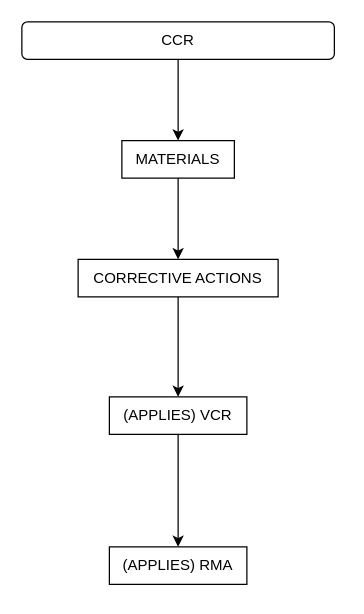
Above: Untitled Diagram.drawio in DEVTITAN13/DEVTITAN13 (draw.io), before the change. Source tidied: cells renumbered, new cells numbered last; positions are measured from the earlier drawing's top-left corner, leaving out a move shared by most shapes. Both pictures are drawn from the tidied source at 125%, with x=0, y=0 at pixel (21, 21).
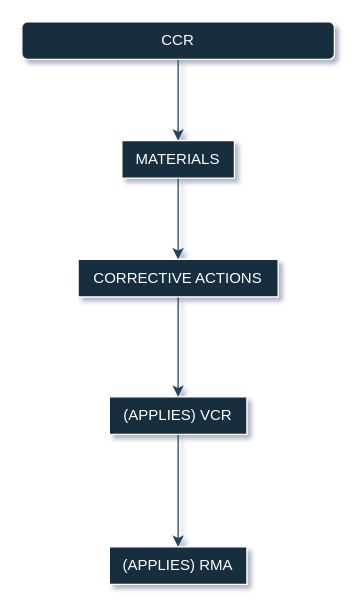
After the change.

Diff of the diagram source:
```diff
@@
-<mxGraphModel>
+<mxGraphModel shadow="1">
   <root>
     <mxCell id="0" />
     <mxCell id="1" parent="0" />
-    <mxCell id="2" style="edgeStyle=orthogonalEdgeStyle;rounded=0;jettySize=auto;html=1;" parent="1" edge="1" source="3" target="5">
+    <mxCell id="2" style="edgeStyle=orthogonalEdgeStyle;rounded=0;jettySize=auto;html=1;labelBackgroundColor=none;strokeColor=#23445D;fontColor=default;" parent="1" edge="1" source="3" target="5">
       <mxGeometry relative="1" as="geometry" />
     </mxCell>
-    <mxCell id="3" value="CCR" style="rounded=1;whiteSpace=wrap;html=1;" parent="1" vertex="1">
+    <mxCell id="3" value="CCR" style="rounded=1;whiteSpace=wrap;html=1;labelBackgroundColor=none;fillColor=#182E3E;strokeColor=#FFFFFF;fontColor=#FFFFFF;" parent="1" vertex="1">
       <mxGeometry width="250" height="30" as="geometry" />
     </mxCell>
-    <mxCell id="4" style="edgeStyle=orthogonalEdgeStyle;rounded=0;jettySize=auto;html=1;" parent="1" edge="1" source="5" target="9">
+    <mxCell id="4" style="edgeStyle=orthogonalEdgeStyle;rounded=0;jettySize=auto;html=1;labelBackgroundColor=none;strokeColor=#23445D;fontColor=default;" parent="1" edge="1" source="5" target="9">
       <mxGeometry relative="1" as="geometry" />
     </mxCell>
-    <mxCell id="5" value="MATERIALS" style="whiteSpace=wrap;html=1;" parent="1" vertex="1">
+    <mxCell id="5" value="MATERIALS" style="whiteSpace=wrap;html=1;labelBackgroundColor=none;fillColor=#182E3E;strokeColor=#FFFFFF;fontColor=#FFFFFF;" parent="1" vertex="1">
       <mxGeometry x="80" y="95" width="90" height="30" as="geometry" />
     </mxCell>
-    <mxCell id="6" style="edgeStyle=orthogonalEdgeStyle;rounded=0;jettySize=auto;html=1;" parent="1" edge="1" source="7" target="10">
+    <mxCell id="6" style="edgeStyle=orthogonalEdgeStyle;rounded=0;jettySize=auto;html=1;labelBackgroundColor=none;strokeColor=#23445D;fontColor=default;" parent="1" edge="1" source="7" target="10">
       <mxGeometry relative="1" as="geometry" />
     </mxCell>
-    <mxCell id="7" value="(APPLIES) VCR" style="whiteSpace=wrap;html=1;" parent="1" vertex="1">
+    <mxCell id="7" value="(APPLIES) VCR" style="whiteSpace=wrap;html=1;labelBackgroundColor=none;fillColor=#182E3E;strokeColor=#FFFFFF;fontColor=#FFFFFF;" parent="1" vertex="1">
       <mxGeometry x="70" y="300" width="110" height="30" as="geometry" />
     </mxCell>
-    <mxCell id="8" style="edgeStyle=orthogonalEdgeStyle;rounded=0;jettySize=auto;html=1;" parent="1" edge="1" source="9" target="7">
+    <mxCell id="8" style="edgeStyle=orthogonalEdgeStyle;rounded=0;jettySize=auto;html=1;labelBackgroundColor=none;strokeColor=#23445D;fontColor=default;" parent="1" edge="1" source="9" target="7">
       <mxGeometry relative="1" as="geometry" />
     </mxCell>
-    <mxCell id="9" value="CORRECTIVE ACTIONS" style="whiteSpace=wrap;html=1;" parent="1" vertex="1">
+    <mxCell id="9" value="CORRECTIVE ACTIONS" style="whiteSpace=wrap;html=1;labelBackgroundColor=none;fillColor=#182E3E;strokeColor=#FFFFFF;fontColor=#FFFFFF;" parent="1" vertex="1">
       <mxGeometry x="45" y="190" width="160" height="30" as="geometry" />
     </mxCell>
-    <mxCell id="10" value="(APPLIES) RMA" style="whiteSpace=wrap;html=1;" parent="1" vertex="1">
+    <mxCell id="10" value="(APPLIES) RMA" style="whiteSpace=wrap;html=1;labelBackgroundColor=none;fillColor=#182E3E;strokeColor=#FFFFFF;fontColor=#FFFFFF;" parent="1" vertex="1">
       <mxGeometry x="70" y="420" width="110" height="30" as="geometry" />
     </mxCell>
   </root>
 </mxGraphModel>
```
